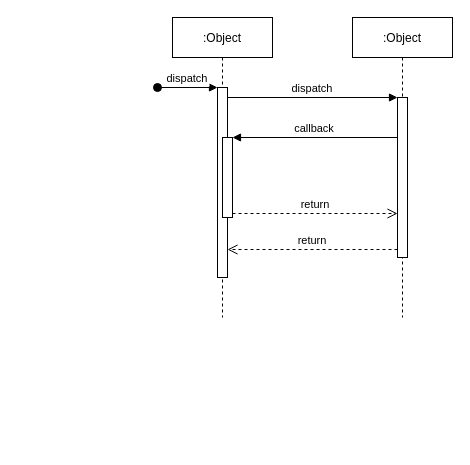
wenwangzhishang/chart keeps this draw.io diagram as 积分兑换时序图.drawio. Above is the earlier version. Source tidied: cells renumbered, new cells numbered last; positions are measured from the earlier drawing's top-left corner, leaving out a move shared by most shapes. Both pictures are drawn from the tidied source at 100%, with x=0, y=0 at pixel (157, 17).
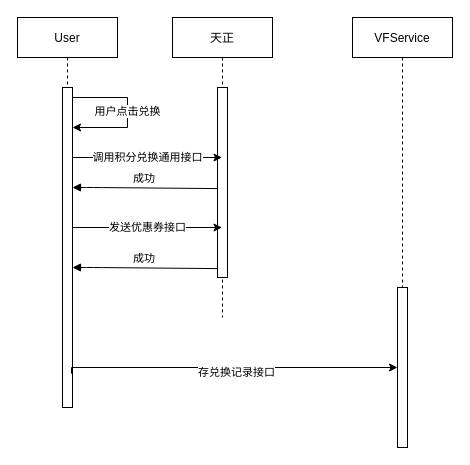
The same diagram, later.

Commit message:
Update 积分兑换时序图.drawio

Unchanged cells that the change refers to:
```xml
<mxCell id="3" style="points=[];perimeter=orthogonalPerimeter;rounded=0;shadow=0;strokeWidth=1;" parent="2" vertex="1">
  <mxGeometry x="45" y="70" width="10" height="190" as="geometry" />
</mxCell>
```

Diff of the diagram source:
```diff
@@
-    <mxCell id="2" value=":Object" style="shape=umlLifeline;perimeter=lifelinePerimeter;rounded=0;shadow=0;strokeWidth=1;" parent="1" vertex="1">
+    <mxCell id="2" value="天正" style="shape=umlLifeline;perimeter=lifelinePerimeter;rounded=0;shadow=0;strokeWidth=1;" parent="1" vertex="1">
       <mxGeometry x="15" width="100" height="300" as="geometry" />
     </mxCell>
@@
-    <mxCell id="4" value="dispatch" style="verticalAlign=bottom;startArrow=oval;endArrow=block;startSize=8;shadow=0;strokeWidth=1;" parent="2" edge="1" target="3">
-      <mxGeometry relative="1" as="geometry">
-        <mxPoint x="-15" y="70" as="sourcePoint" />
-      </mxGeometry>
-    </mxCell>
-    <mxCell id="5" style="points=[];perimeter=orthogonalPerimeter;rounded=0;shadow=0;strokeWidth=1;" parent="2" vertex="1">
-      <mxGeometry x="50" y="120" width="10" height="80" as="geometry" />
-    </mxCell>
-    <mxCell id="6" value=":Object" style="shape=umlLifeline;perimeter=lifelinePerimeter;rounded=0;shadow=0;strokeWidth=1;" parent="1" vertex="1">
+    <mxCell id="6" value="VFService" style="shape=umlLifeline;perimeter=lifelinePerimeter;rounded=0;shadow=0;strokeWidth=1;" parent="1" vertex="1">
       <mxGeometry x="195" width="100" height="300" as="geometry" />
     </mxCell>
     <mxCell id="7" style="points=[];perimeter=orthogonalPerimeter;rounded=0;shadow=0;strokeWidth=1;" parent="6" vertex="1">
-      <mxGeometry x="45" y="80" width="10" height="160" as="geometry" />
+      <mxGeometry x="45" y="270" width="10" height="160" as="geometry" />
     </mxCell>
-    <mxCell id="8" value="return" style="verticalAlign=bottom;endArrow=open;dashed=1;endSize=8;exitX=0;exitY=0.95;shadow=0;strokeWidth=1;" parent="1" edge="1" source="7" target="3">
-      <mxGeometry relative="1" as="geometry" />
-    </mxCell>
-    <mxCell id="9" value="dispatch" style="verticalAlign=bottom;endArrow=block;entryX=0;entryY=0;shadow=0;strokeWidth=1;" parent="1" edge="1" source="3" target="7">
-      <mxGeometry relative="1" as="geometry" />
-    </mxCell>
-    <mxCell id="10" value="callback" style="verticalAlign=bottom;endArrow=block;entryX=1;entryY=0;shadow=0;strokeWidth=1;" parent="1" edge="1" source="7" target="5">
-      <mxGeometry relative="1" as="geometry" />
-    </mxCell>
-    <mxCell id="11" value="return" style="verticalAlign=bottom;endArrow=open;dashed=1;endSize=8;exitX=1;exitY=0.95;shadow=0;strokeWidth=1;" parent="1" edge="1" source="5" target="7">
-      <mxGeometry relative="1" as="geometry" />
-    </mxCell>
+    <mxCell id="12" value="User" style="shape=umlLifeline;perimeter=lifelinePerimeter;rounded=0;shadow=0;strokeWidth=1;" parent="1" vertex="1">
+      <mxGeometry x="-140" width="100" height="390" as="geometry" />
+    </mxCell>
+    <mxCell id="13" style="points=[];perimeter=orthogonalPerimeter;rounded=0;shadow=0;strokeWidth=1;" parent="12" vertex="1">
+      <mxGeometry x="45" y="70" width="10" height="320" as="geometry" />
+    </mxCell>
+    <mxCell id="14" style="edgeStyle=orthogonalEdgeStyle;rounded=0;orthogonalLoop=1;jettySize=auto;html=1;" parent="12" edge="1" source="13" target="13">
+      <mxGeometry relative="1" as="geometry">
+        <Array as="points">
+          <mxPoint x="110" y="80" />
+          <mxPoint x="110" y="110" />
+        </Array>
+      </mxGeometry>
+    </mxCell>
+    <mxCell id="15" value="用户点击兑换" style="edgeLabel;html=1;align=center;verticalAlign=middle;" parent="14" vertex="1">
+      <mxGeometry x="-0.03" y="-1" relative="1" as="geometry" />
+    </mxCell>
+    <mxCell id="16" value="成功" style="verticalAlign=bottom;endArrow=block;shadow=0;strokeWidth=1;exitX=0;exitY=0.532;exitDx=0;exitDy=0;exitPerimeter=0;" parent="12" edge="1" source="3">
+      <mxGeometry relative="1" as="geometry">
+        <mxPoint x="55" y="170" as="targetPoint" />
+        <Array as="points">
+          <mxPoint x="75" y="170" />
+        </Array>
+      </mxGeometry>
+    </mxCell>
+    <mxCell id="17" value="成功" style="verticalAlign=bottom;endArrow=block;shadow=0;strokeWidth=1;exitX=0;exitY=0.532;exitDx=0;exitDy=0;exitPerimeter=0;" parent="12" edge="1">
+      <mxGeometry relative="1" as="geometry">
+        <mxPoint x="200" y="251.1" as="sourcePoint" />
+        <mxPoint x="55" y="250" as="targetPoint" />
+        <Array as="points">
+          <mxPoint x="75" y="250" />
+        </Array>
+      </mxGeometry>
+    </mxCell>
+    <mxCell id="18" value="调用积分兑换通用接口" style="edgeStyle=orthogonalEdgeStyle;rounded=0;jettySize=auto;html=1;" parent="1" edge="1" source="13" target="2">
+      <mxGeometry relative="1" as="geometry">
+        <Array as="points">
+          <mxPoint x="-10" y="140" />
+          <mxPoint x="-10" y="140" />
+        </Array>
+      </mxGeometry>
+    </mxCell>
+    <mxCell id="19" value="发送优惠券接口" style="edgeStyle=orthogonalEdgeStyle;rounded=0;jettySize=auto;html=1;" parent="1" edge="1" source="13" target="2">
+      <mxGeometry relative="1" as="geometry">
+        <Array as="points">
+          <mxPoint y="210" />
+          <mxPoint y="210" />
+        </Array>
+      </mxGeometry>
+    </mxCell>
+    <mxCell id="20" style="edgeStyle=orthogonalEdgeStyle;rounded=0;jettySize=auto;html=1;exitX=0.9;exitY=0.894;exitDx=0;exitDy=0;exitPerimeter=0;" parent="1" edge="1" source="13" target="7">
+      <mxGeometry x="-0.61" y="-110" relative="1" as="geometry">
+        <Array as="points">
+          <mxPoint x="70" y="350" />
+          <mxPoint x="70" y="350" />
+        </Array>
+      </mxGeometry>
+    </mxCell>
+    <mxCell id="21" value="存兑换记录接口" style="edgeLabel;html=1;align=center;verticalAlign=middle;" parent="20" vertex="1">
+      <mxGeometry x="0.03" y="-4" relative="1" as="geometry" />
+    </mxCell>
```
